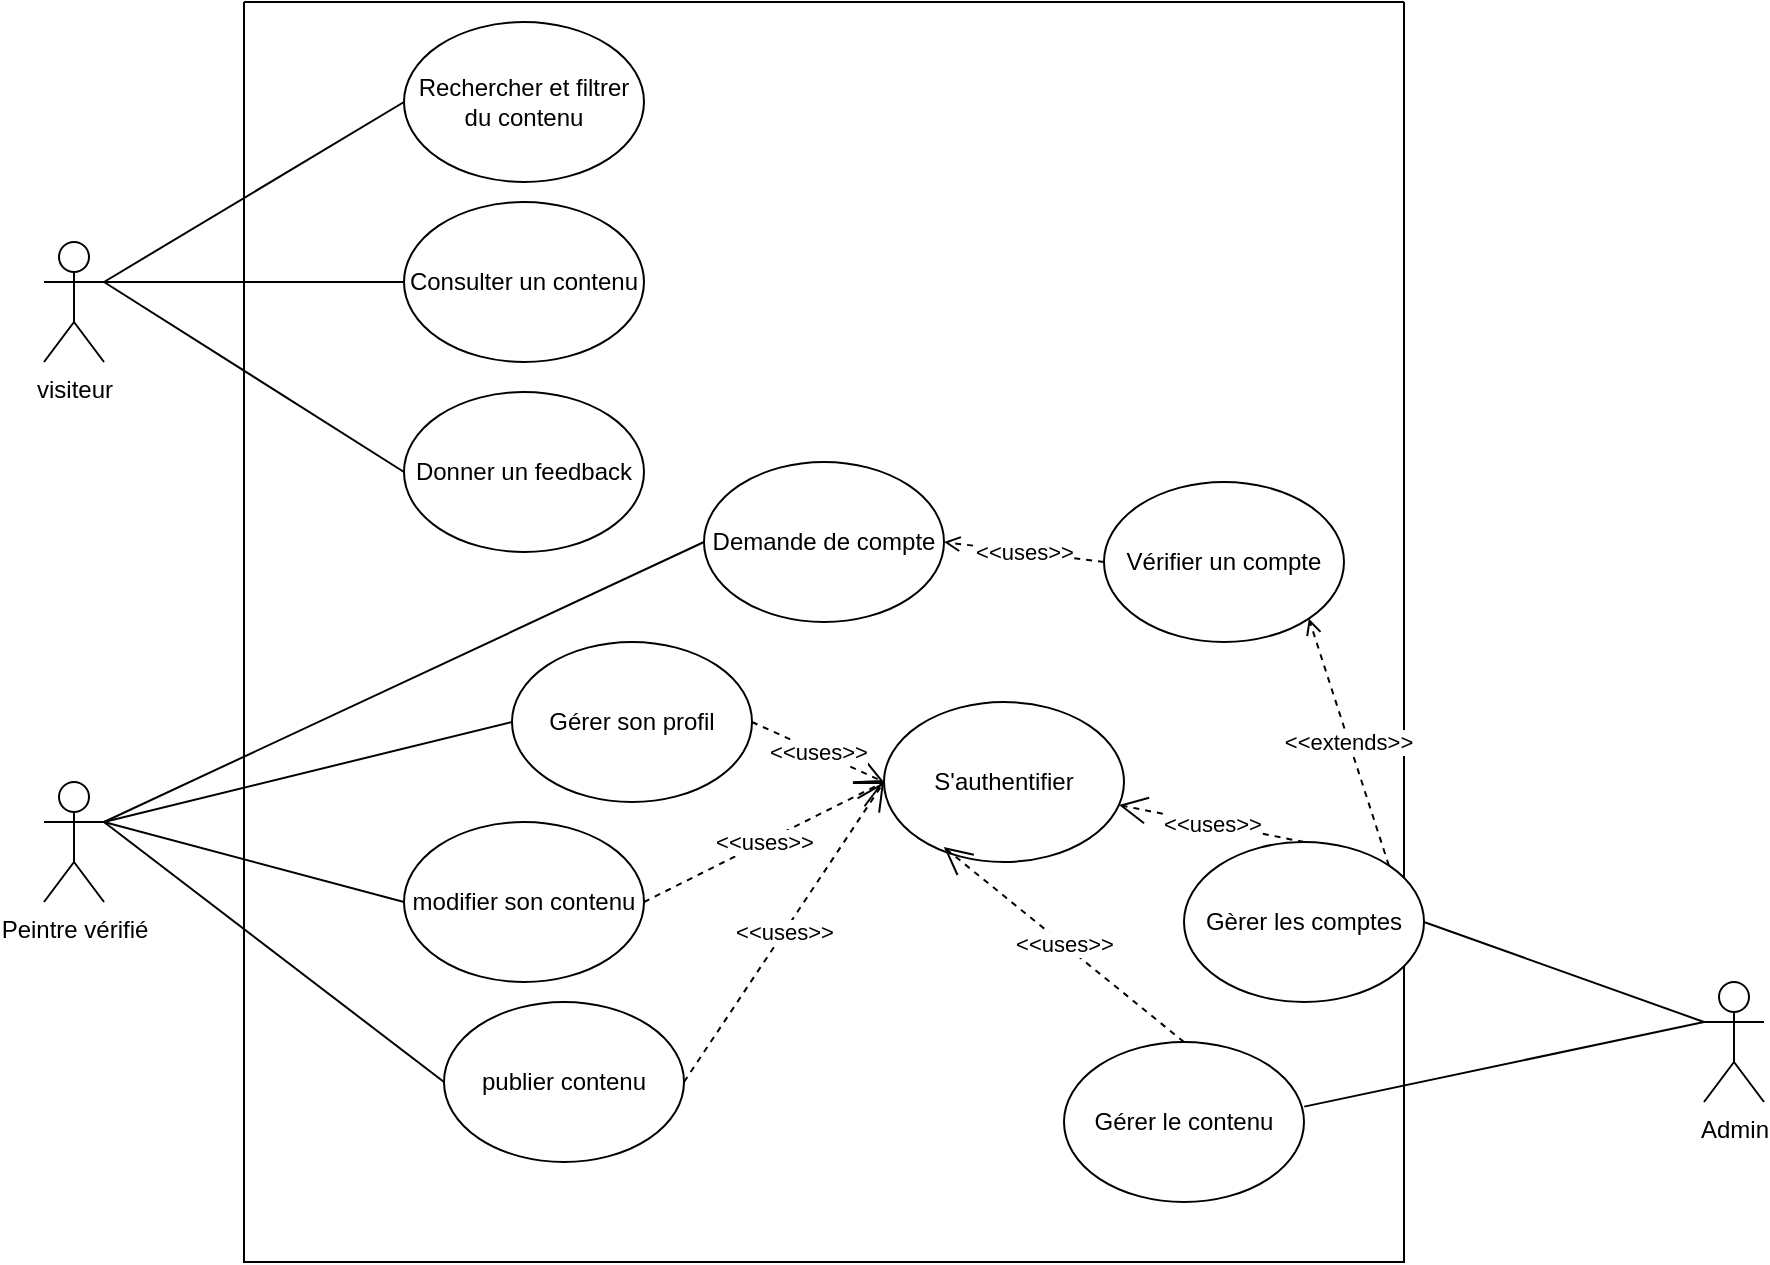
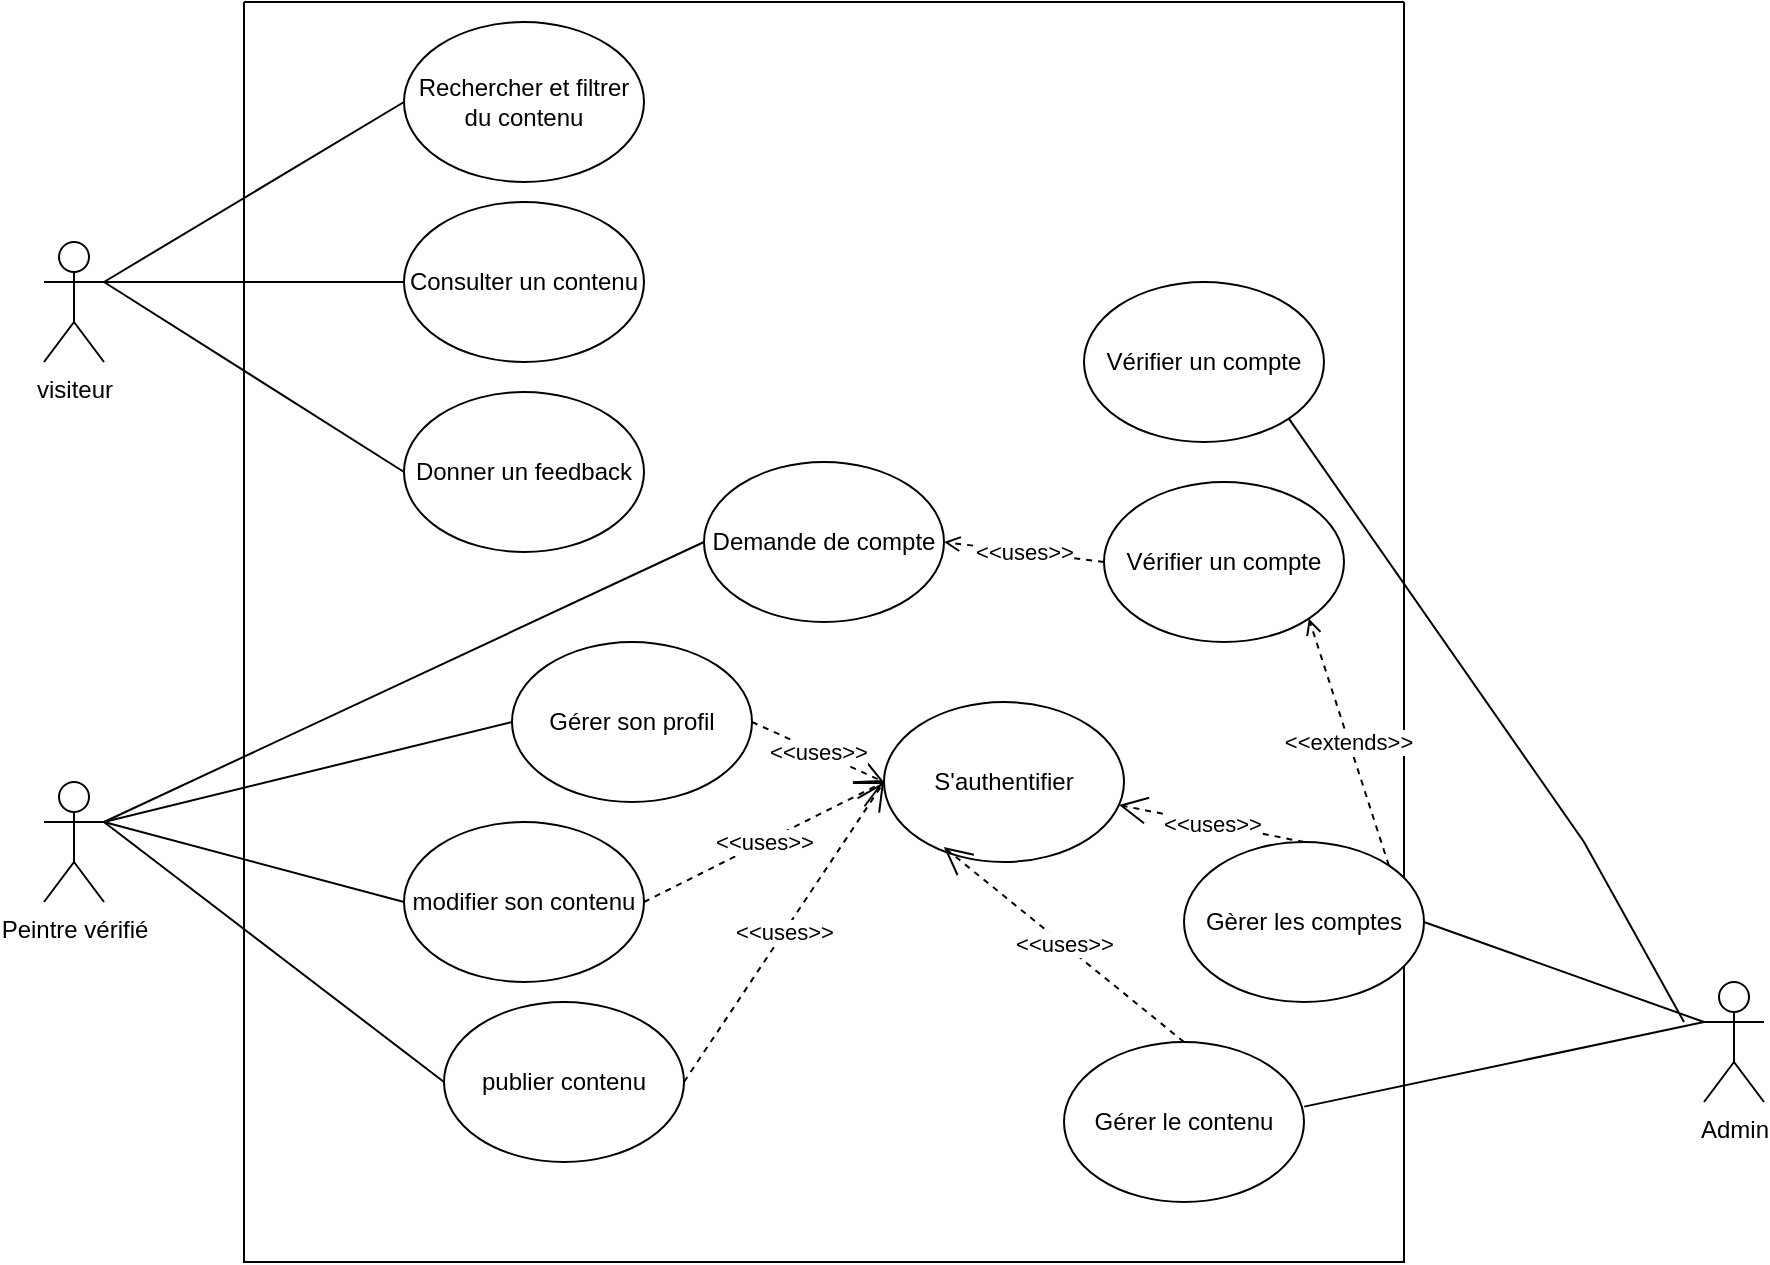
<mxfile host="65bd71144e">
    <diagram name="Page-1" id="cRSppUrpwA8UbmEjQ86G">
-         <mxGraphModel dx="749" dy="556" grid="1" gridSize="10" guides="1" tooltips="1" connect="1" arrows="1" fold="1" page="1" pageScale="1" pageWidth="827" pageHeight="1169" math="0" shadow="0">
+         <mxGraphModel dx="712" dy="575" grid="1" gridSize="10" guides="1" tooltips="1" connect="1" arrows="1" fold="1" page="1" pageScale="1" pageWidth="827" pageHeight="1169" math="0" shadow="0">
            <root>
                <mxCell id="0"/>
                <mxCell id="1" parent="0"/>
                <mxCell id="8w1Z07bB8Bl9060AQbMN-26" value="" style="swimlane;startSize=0;" parent="1" vertex="1">
                    <mxGeometry x="220" y="290" width="580" height="630" as="geometry"/>
                </mxCell>
                <mxCell id="8w1Z07bB8Bl9060AQbMN-32" value="Rechercher et filtrer&lt;div&gt;du contenu&lt;/div&gt;" style="ellipse;whiteSpace=wrap;html=1;" parent="8w1Z07bB8Bl9060AQbMN-26" vertex="1">
                    <mxGeometry x="80" y="10" width="120" height="80" as="geometry"/>
                </mxCell>
                <mxCell id="8w1Z07bB8Bl9060AQbMN-8" value="Consulter un contenu" style="ellipse;whiteSpace=wrap;html=1;" parent="8w1Z07bB8Bl9060AQbMN-26" vertex="1">
                    <mxGeometry x="80" y="100" width="120" height="80" as="geometry"/>
                </mxCell>
                <mxCell id="8w1Z07bB8Bl9060AQbMN-5" value="Gérer son profil" style="ellipse;whiteSpace=wrap;html=1;" parent="8w1Z07bB8Bl9060AQbMN-26" vertex="1">
                    <mxGeometry x="134" y="320" width="120" height="80" as="geometry"/>
                </mxCell>
                <mxCell id="8w1Z07bB8Bl9060AQbMN-4" value="publier contenu" style="ellipse;whiteSpace=wrap;html=1;" parent="8w1Z07bB8Bl9060AQbMN-26" vertex="1">
                    <mxGeometry x="100" y="500" width="120" height="80" as="geometry"/>
                </mxCell>
                <mxCell id="8w1Z07bB8Bl9060AQbMN-1" value="S&#39;authentifier" style="ellipse;whiteSpace=wrap;html=1;" parent="8w1Z07bB8Bl9060AQbMN-26" vertex="1">
                    <mxGeometry x="320" y="350" width="120" height="80" as="geometry"/>
                </mxCell>
                <mxCell id="8w1Z07bB8Bl9060AQbMN-7" value="modifier son contenu" style="ellipse;whiteSpace=wrap;html=1;" parent="8w1Z07bB8Bl9060AQbMN-26" vertex="1">
                    <mxGeometry x="80" y="410" width="120" height="80" as="geometry"/>
                </mxCell>
                <mxCell id="8w1Z07bB8Bl9060AQbMN-41" value="&lt;span style=&quot;color: rgb(0, 0, 0);&quot;&gt;&amp;lt;&amp;lt;uses&amp;gt;&amp;gt;&lt;/span&gt;" style="endArrow=open;endSize=12;dashed=1;html=1;rounded=0;exitX=1;exitY=0.5;exitDx=0;exitDy=0;entryX=0;entryY=0.5;entryDx=0;entryDy=0;" parent="8w1Z07bB8Bl9060AQbMN-26" source="8w1Z07bB8Bl9060AQbMN-4" target="8w1Z07bB8Bl9060AQbMN-1" edge="1">
                    <mxGeometry width="160" relative="1" as="geometry">
                        <mxPoint x="440" y="310" as="sourcePoint"/>
                        <mxPoint x="600" y="310" as="targetPoint"/>
                    </mxGeometry>
                </mxCell>
                <mxCell id="8w1Z07bB8Bl9060AQbMN-43" value="&lt;span style=&quot;color: rgb(0, 0, 0);&quot;&gt;&amp;lt;&amp;lt;uses&amp;gt;&amp;gt;&lt;/span&gt;" style="endArrow=open;endSize=12;dashed=1;html=1;rounded=0;exitX=1;exitY=0.5;exitDx=0;exitDy=0;entryX=0;entryY=0.5;entryDx=0;entryDy=0;" parent="8w1Z07bB8Bl9060AQbMN-26" source="8w1Z07bB8Bl9060AQbMN-5" target="8w1Z07bB8Bl9060AQbMN-1" edge="1">
                    <mxGeometry width="160" relative="1" as="geometry">
                        <mxPoint x="390" y="220" as="sourcePoint"/>
                        <mxPoint x="550" y="220" as="targetPoint"/>
                    </mxGeometry>
                </mxCell>
                <mxCell id="8w1Z07bB8Bl9060AQbMN-10" value="Gèrer les comptes" style="ellipse;whiteSpace=wrap;html=1;" parent="8w1Z07bB8Bl9060AQbMN-26" vertex="1">
                    <mxGeometry x="470" y="420" width="120" height="80" as="geometry"/>
                </mxCell>
                <mxCell id="8w1Z07bB8Bl9060AQbMN-12" value="Gérer le contenu" style="ellipse;whiteSpace=wrap;html=1;" parent="8w1Z07bB8Bl9060AQbMN-26" vertex="1">
                    <mxGeometry x="410" y="520" width="120" height="80" as="geometry"/>
                </mxCell>
                <mxCell id="8w1Z07bB8Bl9060AQbMN-54" value="&lt;span style=&quot;color: rgb(0, 0, 0);&quot;&gt;&amp;lt;&amp;lt;uses&amp;gt;&amp;gt;&lt;/span&gt;" style="endArrow=open;endSize=12;dashed=1;html=1;rounded=0;exitX=1;exitY=0.5;exitDx=0;exitDy=0;entryX=0;entryY=0.5;entryDx=0;entryDy=0;" parent="8w1Z07bB8Bl9060AQbMN-26" source="8w1Z07bB8Bl9060AQbMN-7" target="8w1Z07bB8Bl9060AQbMN-1" edge="1">
                    <mxGeometry width="160" relative="1" as="geometry">
                        <mxPoint x="450" y="460" as="sourcePoint"/>
                        <mxPoint x="660" y="510" as="targetPoint"/>
                    </mxGeometry>
                </mxCell>
                <mxCell id="8w1Z07bB8Bl9060AQbMN-70" value="&lt;span style=&quot;color: rgb(0, 0, 0);&quot;&gt;&amp;lt;&amp;lt;uses&amp;gt;&amp;gt;&lt;/span&gt;" style="endArrow=open;endSize=12;dashed=1;html=1;rounded=0;exitX=0.5;exitY=0;exitDx=0;exitDy=0;" parent="8w1Z07bB8Bl9060AQbMN-26" source="8w1Z07bB8Bl9060AQbMN-10" target="8w1Z07bB8Bl9060AQbMN-1" edge="1">
                    <mxGeometry width="160" relative="1" as="geometry">
                        <mxPoint x="300" y="730" as="sourcePoint"/>
                        <mxPoint x="470" y="570" as="targetPoint"/>
                    </mxGeometry>
                </mxCell>
                <mxCell id="8w1Z07bB8Bl9060AQbMN-71" value="&lt;span style=&quot;color: rgb(0, 0, 0);&quot;&gt;&amp;lt;&amp;lt;uses&amp;gt;&amp;gt;&lt;/span&gt;" style="endArrow=open;endSize=12;dashed=1;html=1;rounded=0;exitX=0.5;exitY=0;exitDx=0;exitDy=0;entryX=0.249;entryY=0.907;entryDx=0;entryDy=0;entryPerimeter=0;" parent="8w1Z07bB8Bl9060AQbMN-26" source="8w1Z07bB8Bl9060AQbMN-12" target="8w1Z07bB8Bl9060AQbMN-1" edge="1">
                    <mxGeometry width="160" relative="1" as="geometry">
                        <mxPoint x="200" y="720" as="sourcePoint"/>
                        <mxPoint x="370" y="560" as="targetPoint"/>
                    </mxGeometry>
                </mxCell>
                <mxCell id="2" value="" style="endArrow=none;html=1;rounded=0;entryX=0;entryY=0.5;entryDx=0;entryDy=0;" edge="1" parent="8w1Z07bB8Bl9060AQbMN-26" target="3">
                    <mxGeometry width="50" height="50" relative="1" as="geometry">
                        <mxPoint x="-70" y="140" as="sourcePoint"/>
                        <mxPoint x="110" y="200" as="targetPoint"/>
                    </mxGeometry>
                </mxCell>
                <mxCell id="3" value="Donner un feedback" style="ellipse;whiteSpace=wrap;html=1;" vertex="1" parent="8w1Z07bB8Bl9060AQbMN-26">
                    <mxGeometry x="80" y="195" width="120" height="80" as="geometry"/>
                </mxCell>
                <mxCell id="5" value="Demande de compte" style="ellipse;whiteSpace=wrap;html=1;" vertex="1" parent="8w1Z07bB8Bl9060AQbMN-26">
                    <mxGeometry x="230" y="230" width="120" height="80" as="geometry"/>
                </mxCell>
                <mxCell id="8" value="Vérifier un compte" style="ellipse;whiteSpace=wrap;html=1;" vertex="1" parent="8w1Z07bB8Bl9060AQbMN-26">
                    <mxGeometry x="430" y="240" width="120" height="80" as="geometry"/>
                </mxCell>
                <mxCell id="10" value="&amp;lt;&amp;lt;uses&amp;gt;&amp;gt;" style="edgeStyle=none;html=1;exitX=0;exitY=0.5;exitDx=0;exitDy=0;dashed=1;endArrow=open;endFill=0;entryX=1;entryY=0.5;entryDx=0;entryDy=0;" edge="1" parent="8w1Z07bB8Bl9060AQbMN-26" source="8" target="5">
                    <mxGeometry relative="1" as="geometry">
                        <mxPoint x="379.62585365853647" y="59.78575358906869" as="sourcePoint"/>
                        <mxPoint x="379.62585365853647" y="188.7857535890687" as="targetPoint"/>
                    </mxGeometry>
                </mxCell>
                <mxCell id="11" value="&amp;lt;&amp;lt;extends&amp;gt;&amp;gt;" style="edgeStyle=none;html=1;exitX=1;exitY=0;exitDx=0;exitDy=0;dashed=1;endArrow=open;endFill=0;entryX=1;entryY=1;entryDx=0;entryDy=0;" edge="1" parent="8w1Z07bB8Bl9060AQbMN-26" source="8w1Z07bB8Bl9060AQbMN-10" target="8">
                    <mxGeometry relative="1" as="geometry">
                        <mxPoint x="449.99579938784893" y="100" as="sourcePoint"/>
                        <mxPoint x="370.4558536585365" y="219.78575358906872" as="targetPoint"/>
                    </mxGeometry>
                </mxCell>
+                 <mxCell id="13" value="Vérifier un compte" style="ellipse;whiteSpace=wrap;html=1;" vertex="1" parent="8w1Z07bB8Bl9060AQbMN-26">
+                     <mxGeometry x="420" y="140" width="120" height="80" as="geometry"/>
+                 </mxCell>
                <mxCell id="8w1Z07bB8Bl9060AQbMN-27" value="Peintre vérifié" style="shape=umlActor;verticalLabelPosition=bottom;verticalAlign=top;html=1;outlineConnect=0;" parent="1" vertex="1">
                    <mxGeometry x="120" y="680" width="30" height="60" as="geometry"/>
                </mxCell>
                <mxCell id="8w1Z07bB8Bl9060AQbMN-28" value="visiteur" style="shape=umlActor;verticalLabelPosition=bottom;verticalAlign=top;html=1;outlineConnect=0;" parent="1" vertex="1">
                    <mxGeometry x="120" y="410" width="30" height="60" as="geometry"/>
                </mxCell>
                <mxCell id="8w1Z07bB8Bl9060AQbMN-29" value="Admin" style="shape=umlActor;verticalLabelPosition=bottom;verticalAlign=top;html=1;outlineConnect=0;" parent="1" vertex="1">
                    <mxGeometry x="950" y="780" width="30" height="60" as="geometry"/>
                </mxCell>
                <mxCell id="8w1Z07bB8Bl9060AQbMN-34" value="" style="endArrow=none;html=1;rounded=0;entryX=0;entryY=0.5;entryDx=0;entryDy=0;exitX=1;exitY=0.3333333333333333;exitDx=0;exitDy=0;exitPerimeter=0;" parent="1" source="8w1Z07bB8Bl9060AQbMN-28" target="8w1Z07bB8Bl9060AQbMN-8" edge="1">
                    <mxGeometry width="50" height="50" relative="1" as="geometry">
                        <mxPoint x="260" y="510" as="sourcePoint"/>
                        <mxPoint x="310" y="460" as="targetPoint"/>
                    </mxGeometry>
                </mxCell>
                <mxCell id="8w1Z07bB8Bl9060AQbMN-35" value="" style="endArrow=none;html=1;rounded=0;entryX=0;entryY=0.5;entryDx=0;entryDy=0;exitX=1;exitY=0.3333333333333333;exitDx=0;exitDy=0;exitPerimeter=0;" parent="1" source="8w1Z07bB8Bl9060AQbMN-28" target="8w1Z07bB8Bl9060AQbMN-32" edge="1">
                    <mxGeometry width="50" height="50" relative="1" as="geometry">
                        <mxPoint x="720" y="630" as="sourcePoint"/>
                        <mxPoint x="770" y="580" as="targetPoint"/>
                    </mxGeometry>
                </mxCell>
                <mxCell id="8w1Z07bB8Bl9060AQbMN-37" value="" style="endArrow=none;html=1;rounded=0;exitX=0;exitY=0.5;exitDx=0;exitDy=0;entryX=1;entryY=0.3333333333333333;entryDx=0;entryDy=0;entryPerimeter=0;" parent="1" source="8w1Z07bB8Bl9060AQbMN-5" target="8w1Z07bB8Bl9060AQbMN-27" edge="1">
                    <mxGeometry width="50" height="50" relative="1" as="geometry">
                        <mxPoint x="720" y="630" as="sourcePoint"/>
                        <mxPoint x="770" y="580" as="targetPoint"/>
                    </mxGeometry>
                </mxCell>
                <mxCell id="8w1Z07bB8Bl9060AQbMN-39" value="" style="endArrow=none;html=1;rounded=0;exitX=0;exitY=0.5;exitDx=0;exitDy=0;entryX=1;entryY=0.3333333333333333;entryDx=0;entryDy=0;entryPerimeter=0;" parent="1" source="8w1Z07bB8Bl9060AQbMN-7" target="8w1Z07bB8Bl9060AQbMN-27" edge="1">
                    <mxGeometry width="50" height="50" relative="1" as="geometry">
                        <mxPoint x="720" y="630" as="sourcePoint"/>
                        <mxPoint x="770" y="580" as="targetPoint"/>
                    </mxGeometry>
                </mxCell>
                <mxCell id="8w1Z07bB8Bl9060AQbMN-40" value="" style="endArrow=none;html=1;rounded=0;exitX=1;exitY=0.3333333333333333;exitDx=0;exitDy=0;exitPerimeter=0;entryX=0;entryY=0.5;entryDx=0;entryDy=0;" parent="1" source="8w1Z07bB8Bl9060AQbMN-27" target="8w1Z07bB8Bl9060AQbMN-4" edge="1">
                    <mxGeometry width="50" height="50" relative="1" as="geometry">
                        <mxPoint x="720" y="630" as="sourcePoint"/>
                        <mxPoint x="770" y="580" as="targetPoint"/>
                    </mxGeometry>
                </mxCell>
                <mxCell id="8w1Z07bB8Bl9060AQbMN-49" value="" style="endArrow=none;html=1;rounded=0;exitX=1.001;exitY=0.404;exitDx=0;exitDy=0;exitPerimeter=0;entryX=0;entryY=0.3333333333333333;entryDx=0;entryDy=0;entryPerimeter=0;" parent="1" source="8w1Z07bB8Bl9060AQbMN-12" target="8w1Z07bB8Bl9060AQbMN-29" edge="1">
                    <mxGeometry width="50" height="50" relative="1" as="geometry">
                        <mxPoint x="720" y="630" as="sourcePoint"/>
                        <mxPoint x="770" y="580" as="targetPoint"/>
                    </mxGeometry>
                </mxCell>
                <mxCell id="6" value="" style="endArrow=none;html=1;rounded=0;exitX=0;exitY=0.5;exitDx=0;exitDy=0;entryX=1;entryY=0.3333333333333333;entryDx=0;entryDy=0;entryPerimeter=0;" edge="1" parent="1" source="5" target="8w1Z07bB8Bl9060AQbMN-27">
                    <mxGeometry width="50" height="50" relative="1" as="geometry">
                        <mxPoint x="410" y="620" as="sourcePoint"/>
                        <mxPoint x="160" y="700" as="targetPoint"/>
                    </mxGeometry>
                </mxCell>
                <mxCell id="7" value="" style="endArrow=none;html=1;rounded=0;entryX=0;entryY=0.3333333333333333;entryDx=0;entryDy=0;entryPerimeter=0;exitX=1;exitY=0.5;exitDx=0;exitDy=0;" edge="1" parent="1" source="8w1Z07bB8Bl9060AQbMN-10" target="8w1Z07bB8Bl9060AQbMN-29">
                    <mxGeometry width="50" height="50" relative="1" as="geometry">
                        <mxPoint x="890" y="560" as="sourcePoint"/>
                        <mxPoint x="950" y="758" as="targetPoint"/>
                    </mxGeometry>
                </mxCell>
+                 <mxCell id="12" value="" style="endArrow=none;html=1;rounded=0;exitX=1;exitY=1;exitDx=0;exitDy=0;" edge="1" parent="1" source="13">
+                     <mxGeometry width="50" height="50" relative="1" as="geometry">
+                         <mxPoint x="820" y="760" as="sourcePoint"/>
+                         <mxPoint x="940" y="800" as="targetPoint"/>
+                         <Array as="points">
+                             <mxPoint x="890" y="710"/>
+                         </Array>
+                     </mxGeometry>
+                 </mxCell>
            </root>
        </mxGraphModel>
    </diagram>
</mxfile>